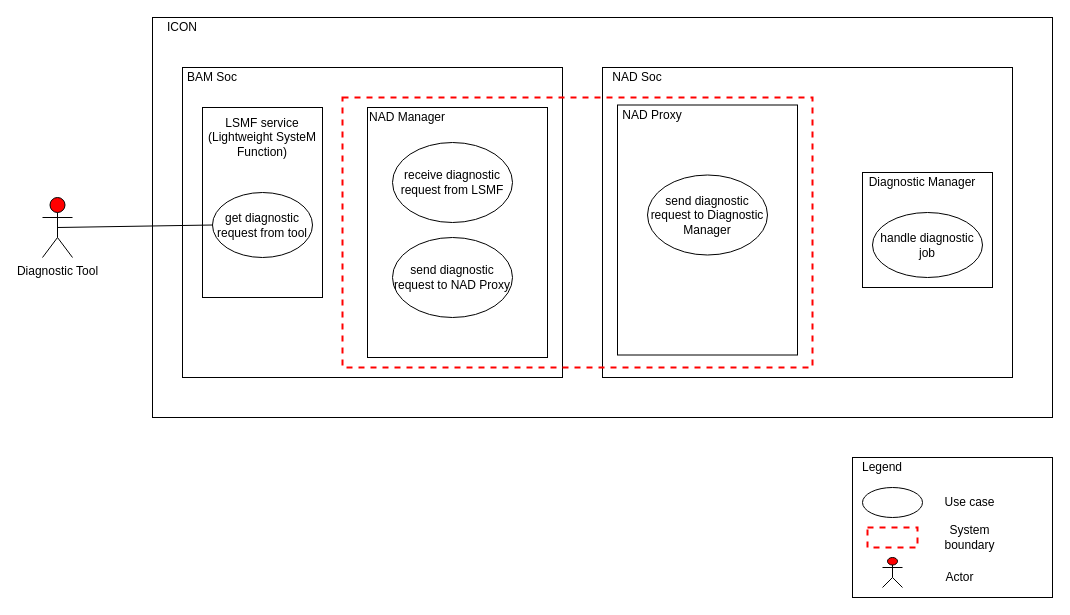
Above: page "Diagnostic2" (9 of 11) of doc/SA cert/Design/usecase.drawio in taikt/codefun (draw.io), before the change. Source tidied: cells renumbered, new cells numbered last; positions are measured from the earlier drawing's top-left corner, leaving out a move shared by most shapes. Both pictures are drawn from the tidied source at 100%, with x=0, y=0 at pixel (42, 17).
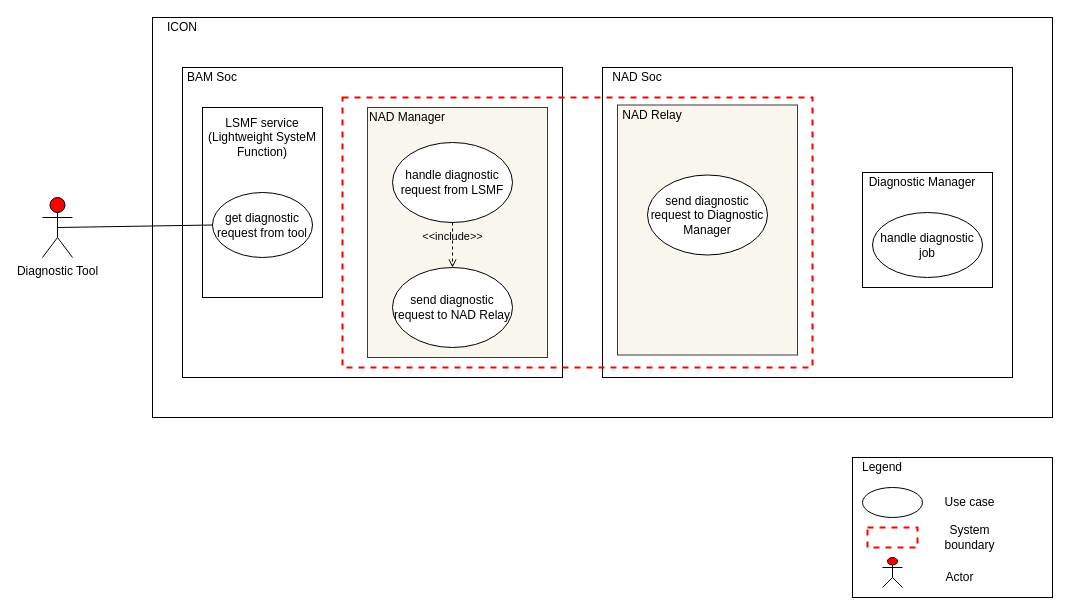
After the change.

What changed in the source:
```diff
@@
-    <mxCell id="25" style="rounded=0;whiteSpace=wrap;html=1;" parent="1" vertex="1">
+    <mxCell id="25" style="rounded=0;whiteSpace=wrap;html=1;fillColor=#f9f7ed;strokeColor=#36393d;" parent="1" vertex="1">
       <mxGeometry x="325" y="90" width="180" height="250" as="geometry" />
     </mxCell>
-    <mxCell id="26" value="receive diagnostic request from LSMF" style="ellipse;whiteSpace=wrap;html=1;" parent="1" vertex="1">
+    <mxCell id="26" value="handle diagnostic request from LSMF" style="ellipse;whiteSpace=wrap;html=1;" parent="1" vertex="1">
       <mxGeometry x="350" y="125" width="120" height="80" as="geometry" />
     </mxCell>
-    <mxCell id="27" value="send diagnostic request to NAD Proxy" style="ellipse;whiteSpace=wrap;html=1;" parent="1" vertex="1">
-      <mxGeometry x="350" y="220" width="120" height="80" as="geometry" />
+    <mxCell id="27" value="send diagnostic request to NAD Relay" style="ellipse;whiteSpace=wrap;html=1;" parent="1" vertex="1">
+      <mxGeometry x="350" y="250" width="120" height="80" as="geometry" />
     </mxCell>
@@
-    <mxCell id="29" style="rounded=0;whiteSpace=wrap;html=1;" parent="1" vertex="1">
+    <mxCell id="29" style="rounded=0;whiteSpace=wrap;html=1;fillColor=#f9f7ed;strokeColor=#36393d;" parent="1" vertex="1">
       <mxGeometry x="575" y="87.5" width="180" height="250" as="geometry" />
     </mxCell>
-    <mxCell id="30" value="NAD Proxy" style="text;html=1;strokeColor=none;fillColor=none;align=center;verticalAlign=middle;whiteSpace=wrap;rounded=0;" parent="1" vertex="1">
+    <mxCell id="30" value="NAD Relay" style="text;html=1;strokeColor=none;fillColor=none;align=center;verticalAlign=middle;whiteSpace=wrap;rounded=0;" parent="1" vertex="1">
       <mxGeometry x="560" y="87.5" width="100" height="20" as="geometry" />
     </mxCell>
@@
+    <mxCell id="33" value="&amp;lt;&amp;lt;include&amp;gt;&amp;gt;" style="edgeStyle=none;html=1;endArrow=open;verticalAlign=bottom;dashed=1;labelBackgroundColor=none;exitX=0.5;exitY=1;exitDx=0;exitDy=0;" parent="1" edge="1" source="26" target="27">
+      <mxGeometry relative="1" as="geometry" />
+    </mxCell>
```
